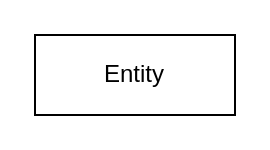
The draw.io diagram ProyectoFinal.drawio in Angel-ISO/Diagramas, before the edit. Source tidied: cells renumbered, new cells numbered last; positions are measured from the earlier drawing's top-left corner, leaving out a move shared by most shapes. Both pictures are drawn from the tidied source at 200%, with x=0, y=0 at pixel (34, 34).
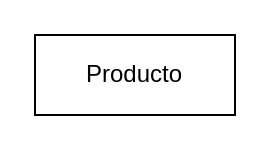
Above is the later version.

Diff of the diagram source:
```diff
@@
 <mxGraphModel>
   <root>
     <mxCell id="0" />
     <mxCell id="1" parent="0" />
-    <mxCell id="2" value="Entity" style="whiteSpace=wrap;html=1;align=center;" parent="1" vertex="1">
+    <mxCell id="2" value="Producto" style="whiteSpace=wrap;html=1;align=center;" parent="1" vertex="1">
       <mxGeometry width="100" height="40" as="geometry" />
     </mxCell>
   </root>
 </mxGraphModel>
```
